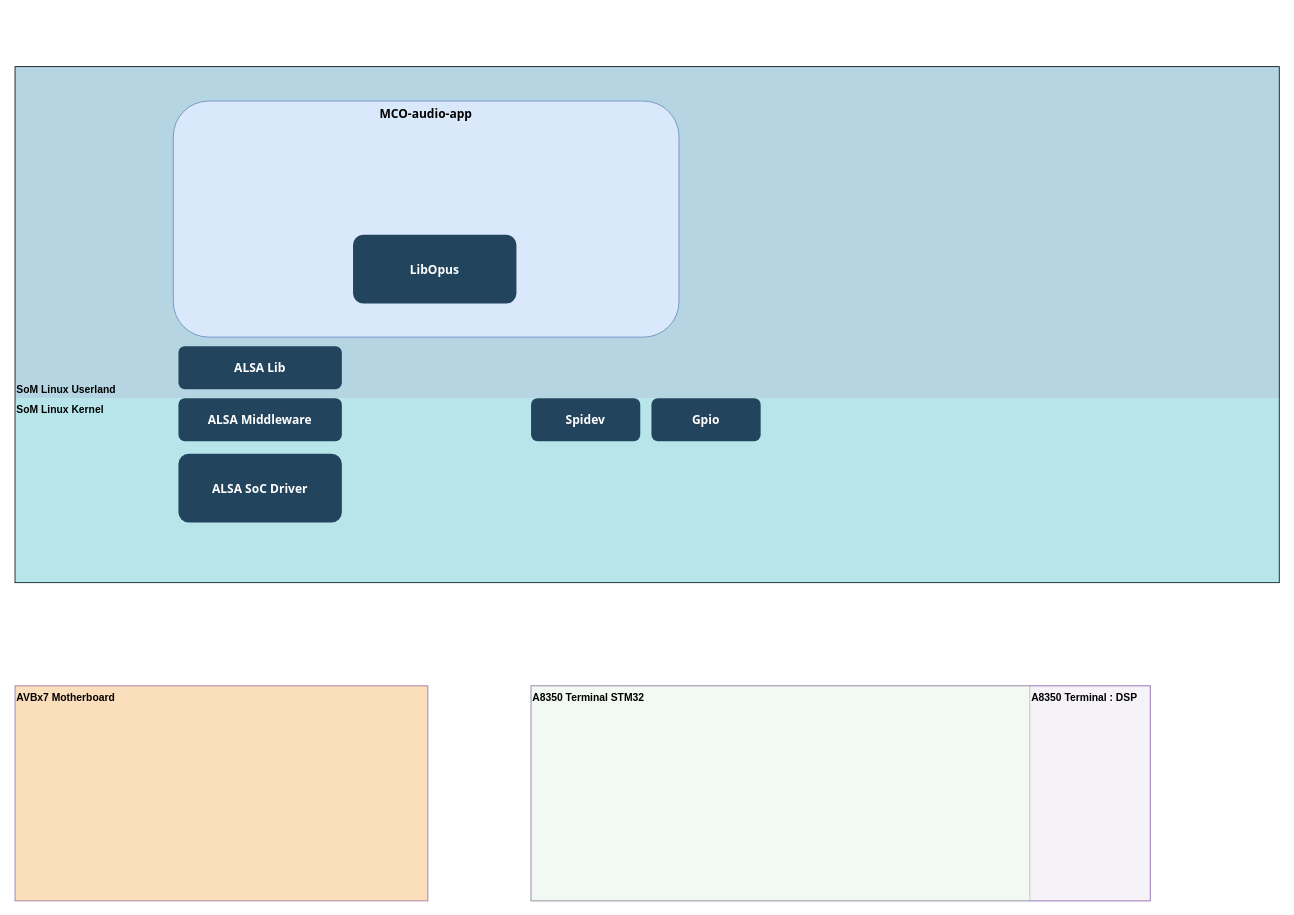
Before: images/vokkero-ESG-sysarch.drawio in mtitinger/zz_doc, a draw.io diagram. Source tidied: cells renumbered, new cells numbered last; positions are measured from the earlier drawing's top-left corner, leaving out a move shared by most shapes. Both pictures are drawn from the tidied source at 86%, with x=0, y=0 at pixel (15, 66).
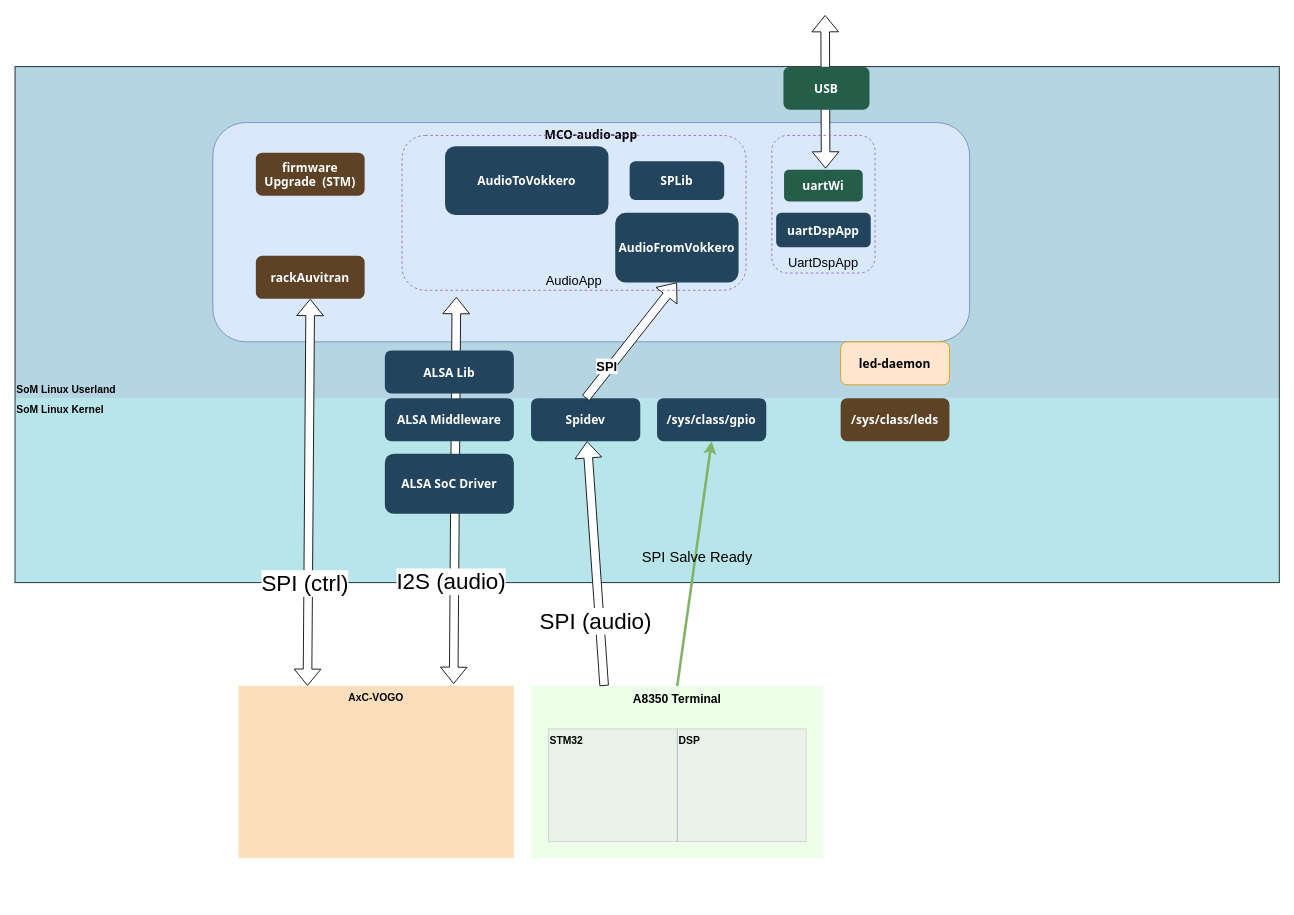
The same page after the edit.

Unchanged cells that the change refers to:
```xml
<mxCell id="13" value="Spidev" style="rounded=1;fillColor=#23445D;gradientColor=none;strokeColor=none;fontColor=#FFFFFF;fontStyle=1;fontFamily=Tahoma;fontSize=14;" parent="1" vertex="1">
  <mxGeometry x="600" y="385.5" width="127" height="50" as="geometry" />
</mxCell>
```

Change to the diagram source:
```diff
@@
-    <mxCell id="2" style="rounded=0;whiteSpace=wrap;html=1;labelBackgroundColor=none;fontColor=default;strokeColor=#926DB3;fillColor=none;" parent="1" vertex="1">
-      <mxGeometry y="720" width="480" height="250" as="geometry" />
-    </mxCell>
-    <mxCell id="3" style="rounded=0;whiteSpace=wrap;html=1;labelBackgroundColor=none;fontColor=default;strokeColor=#926DB3;fillColor=none;" parent="1" vertex="1">
-      <mxGeometry x="600" y="720" width="720" height="250" as="geometry" />
+    <mxCell id="3" value="&lt;b&gt;&lt;font style=&quot;font-size: 14px&quot;&gt;A8350 Terminal&lt;/font&gt;&lt;/b&gt;" style="rounded=0;whiteSpace=wrap;html=1;labelBackgroundColor=none;fontColor=default;strokeColor=none;fillColor=#C2FFB3;opacity=30;verticalAlign=top;align=center;" parent="1" vertex="1">
+      <mxGeometry x="600" y="720" width="340" height="200" as="geometry" />
     </mxCell>
+    <mxCell id="6" value="AxC-VOGO" style="fillColor=#F2931E;strokeColor=none;opacity=30;align=center;verticalAlign=top;fontStyle=1;" parent="1" vertex="1">
+      <mxGeometry x="260" y="720" width="320" height="200" as="geometry" />
+    </mxCell>
@@
-    <mxCell id="6" value="AVBx7 Motherboard" style="fillColor=#F2931E;strokeColor=none;opacity=30;align=left;verticalAlign=top;fontStyle=1;" parent="1" vertex="1">
-      <mxGeometry y="720" width="480" height="250" as="geometry" />
-    </mxCell>
@@
+    <mxCell id="9" value="MCO-audio-app" style="rounded=1;fillColor=#dae8fc;strokeColor=#6c8ebf;fontStyle=1;fontFamily=Tahoma;fontSize=14;labelBackgroundColor=none;align=center;verticalAlign=top;" parent="1" vertex="1">
+      <mxGeometry x="230" y="65" width="880" height="255" as="geometry" />
+    </mxCell>
+    <mxCell id="17" style="shape=flexArrow;endArrow=classic;html=1;rounded=0;fontColor=default;exitX=0.25;exitY=0;exitDx=0;exitDy=0;fillColor=default;startArrow=block;entryX=0.5;entryY=1;entryDx=0;entryDy=0;" parent="1" edge="1" target="30">
+      <mxGeometry relative="1" as="geometry">
+        <mxPoint x="340" y="720" as="sourcePoint" />
+      </mxGeometry>
+    </mxCell>
+    <mxCell id="18" value="&lt;font style=&quot;font-size: 26px&quot;&gt;SPI (ctrl)&lt;/font&gt;" style="edgeLabel;html=1;align=center;verticalAlign=middle;fontColor=default;" parent="17" vertex="1">
+      <mxGeometry x="-0.47" y="5" relative="1" as="geometry">
+        <mxPoint x="1" as="offset" />
+      </mxGeometry>
+    </mxCell>
+    <mxCell id="19" style="shape=flexArrow;endArrow=classic;html=1;rounded=0;fontColor=default;exitX=0.25;exitY=0;exitDx=0;exitDy=0;fillColor=default;startArrow=block;entryX=0.5;entryY=1;entryDx=0;entryDy=0;" parent="1" edge="1">
+      <mxGeometry relative="1" as="geometry">
+        <mxPoint x="510" y="717.8" as="sourcePoint" />
+        <mxPoint x="513.2" y="267.8" as="targetPoint" />
+      </mxGeometry>
+    </mxCell>
+    <mxCell id="20" value="&lt;font style=&quot;font-size: 26px&quot;&gt;I2S (audio)&lt;/font&gt;" style="edgeLabel;html=1;align=center;verticalAlign=middle;fontColor=default;" parent="19" vertex="1">
+      <mxGeometry x="-0.47" y="5" relative="1" as="geometry">
+        <mxPoint x="1" as="offset" />
+      </mxGeometry>
+    </mxCell>
     <mxCell id="8" value="ALSA SoC Driver" style="rounded=1;fillColor=#23445D;gradientColor=none;strokeColor=none;fontColor=#FFFFFF;fontStyle=1;fontFamily=Tahoma;fontSize=14;" parent="1" vertex="1">
-      <mxGeometry x="190" y="450" width="190" height="80" as="geometry" />
+      <mxGeometry x="430" y="450" width="150" height="70" as="geometry" />
     </mxCell>
-    <mxCell id="9" value="MCO-audio-app" style="rounded=1;fillColor=#dae8fc;strokeColor=#6c8ebf;fontStyle=1;fontFamily=Tahoma;fontSize=14;labelBackgroundColor=none;align=center;verticalAlign=top;" parent="1" vertex="1">
-      <mxGeometry x="184" y="40" width="588" height="274.5" as="geometry" />
-    </mxCell>
-    <mxCell id="10" value="LibOpus" style="rounded=1;fillColor=#23445D;gradientColor=none;strokeColor=none;fontColor=#FFFFFF;fontStyle=1;fontFamily=Tahoma;fontSize=14;" parent="1" vertex="1">
-      <mxGeometry x="393" y="195.5" width="190" height="80" as="geometry" />
-    </mxCell>
     <mxCell id="11" value="ALSA Middleware" style="rounded=1;fillColor=#23445D;gradientColor=none;strokeColor=none;fontColor=#FFFFFF;fontStyle=1;fontFamily=Tahoma;fontSize=14;" parent="1" vertex="1">
-      <mxGeometry x="190" y="385.5" width="190" height="50" as="geometry" />
+      <mxGeometry x="430" y="385.5" width="150" height="50" as="geometry" />
     </mxCell>
     <mxCell id="12" value="ALSA Lib" style="rounded=1;fillColor=#23445D;gradientColor=none;strokeColor=none;fontColor=#FFFFFF;fontStyle=1;fontFamily=Tahoma;fontSize=14;" parent="1" vertex="1">
-      <mxGeometry x="190" y="325" width="190" height="50" as="geometry" />
+      <mxGeometry x="430" y="330" width="150" height="50" as="geometry" />
     </mxCell>
@@
-    <mxCell id="14" value="Gpio" style="rounded=1;fillColor=#23445D;gradientColor=none;strokeColor=none;fontColor=#FFFFFF;fontStyle=1;fontFamily=Tahoma;fontSize=14;" parent="1" vertex="1">
-      <mxGeometry x="740" y="385.5" width="127" height="50" as="geometry" />
+    <mxCell id="14" value="/sys/class/gpio" style="rounded=1;fillColor=#23445D;gradientColor=none;strokeColor=none;fontColor=#FFFFFF;fontStyle=1;fontFamily=Tahoma;fontSize=14;" parent="1" vertex="1">
+      <mxGeometry x="746.5" y="385.5" width="127" height="50" as="geometry" />
     </mxCell>
-    <mxCell id="15" value="A8350 Terminal STM32" style="fillColor=#d5e8d4;strokeColor=#82b366;opacity=30;align=left;verticalAlign=top;fontStyle=1;" parent="1" vertex="1">
-      <mxGeometry x="600" y="720" width="580" height="250" as="geometry" />
-    </mxCell>
-    <mxCell id="16" value="A8350 Terminal : DSP&#10;&#10;" style="fillColor=#DED5E8;strokeColor=#926DB3;opacity=30;align=left;verticalAlign=top;fontStyle=1;" parent="1" vertex="1">
-      <mxGeometry x="1180" y="720" width="140" height="250" as="geometry" />
+    <mxCell id="16" value="DSP" style="fillColor=#DED5E8;strokeColor=#926DB3;opacity=30;align=left;verticalAlign=top;fontStyle=1;" parent="1" vertex="1">
+      <mxGeometry x="770" y="770" width="150" height="131" as="geometry" />
     </mxCell>
+    <mxCell id="21" style="shape=flexArrow;endArrow=classic;html=1;rounded=0;fontColor=default;exitX=0.25;exitY=0;exitDx=0;exitDy=0;fillColor=default;" parent="1" edge="1" target="13">
+      <mxGeometry relative="1" as="geometry">
+        <mxPoint x="685" y="720" as="sourcePoint" />
+      </mxGeometry>
+    </mxCell>
+    <mxCell id="22" value="&lt;font style=&quot;font-size: 26px&quot;&gt;SPI (audio)&lt;/font&gt;" style="edgeLabel;html=1;align=center;verticalAlign=middle;fontColor=default;" parent="21" vertex="1">
+      <mxGeometry x="-0.47" y="5" relative="1" as="geometry" />
+    </mxCell>
+    <mxCell id="23" style="endArrow=none;html=1;rounded=0;fontSize=26;fontColor=default;fillColor=#d5e8d4;exitX=0.5;exitY=1;exitDx=0;exitDy=0;entryX=0.5;entryY=0;entryDx=0;entryDy=0;strokeWidth=3;endFill=0;startArrow=classic;startFill=1;sketch=0;strokeColor=#82b366;" parent="1" edge="1" source="14">
+      <mxGeometry relative="1" as="geometry">
+        <mxPoint x="770" y="720" as="targetPoint" />
+      </mxGeometry>
+    </mxCell>
+    <mxCell id="24" value="SPI Salve Ready" style="edgeLabel;html=1;align=center;verticalAlign=middle;labelBackgroundColor=none;fontSize=17;fontColor=default;strokeColor=#926DB3;fillColor=none;" parent="23" vertex="1">
+      <mxGeometry relative="1" as="geometry">
+        <mxPoint x="3" y="-8" as="offset" />
+      </mxGeometry>
+    </mxCell>
+    <mxCell id="25" style="shape=flexArrow;endArrow=classic;html=1;rounded=0;fontColor=default;exitX=0.5;exitY=0;exitDx=0;exitDy=0;fillColor=default;entryX=0.5;entryY=1;entryDx=0;entryDy=0;" parent="1" edge="1" source="13" target="37">
+      <mxGeometry relative="1" as="geometry" />
+    </mxCell>
+    <mxCell id="26" value="&lt;font style=&quot;font-size: 15px;&quot;&gt;&lt;span style=&quot;font-size: 15px;&quot;&gt;SPI&lt;/span&gt;&lt;/font&gt;" style="edgeLabel;html=1;align=center;verticalAlign=middle;fontColor=default;fontStyle=1;fontSize=15;" parent="25" vertex="1">
+      <mxGeometry x="-0.47" y="5" relative="1" as="geometry" />
+    </mxCell>
+    <mxCell id="27" style="shape=flexArrow;endArrow=classic;html=1;rounded=0;fontColor=default;exitX=0.25;exitY=0;exitDx=0;exitDy=0;fillColor=default;startArrow=block;" parent="1" edge="1">
+      <mxGeometry relative="1" as="geometry">
+        <mxPoint x="942.5" y="118.5" as="sourcePoint" />
+        <mxPoint x="942" y="-60" as="targetPoint" />
+      </mxGeometry>
+    </mxCell>
+    <mxCell id="28" value="USB" style="rounded=1;fillColor=#245D48;gradientColor=none;strokeColor=none;fontColor=#FFFFFF;fontStyle=1;fontFamily=Tahoma;fontSize=14;" parent="1" vertex="1">
+      <mxGeometry x="893.5" width="100" height="50" as="geometry" />
+    </mxCell>
+    <mxCell id="29" value="firmware&#10;Upgrade  (STM)" style="rounded=1;fillColor=#5D4226;gradientColor=none;strokeColor=none;fontColor=#FFFFFF;fontStyle=1;fontFamily=Tahoma;fontSize=14;" parent="1" vertex="1">
+      <mxGeometry x="280" y="100" width="126.5" height="50" as="geometry" />
+    </mxCell>
+    <mxCell id="30" value="rackAuvitran" style="rounded=1;fillColor=#5D4226;gradientColor=none;strokeColor=none;fontColor=#FFFFFF;fontStyle=1;fontFamily=Tahoma;fontSize=14;" parent="1" vertex="1">
+      <mxGeometry x="280" y="220" width="126.5" height="50" as="geometry" />
+    </mxCell>
+    <mxCell id="31" style="group;verticalAlign=bottom;" parent="1" vertex="1">
+      <mxGeometry x="880" y="80" width="140" height="220" as="geometry" />
+    </mxCell>
+    <mxCell id="32" value="UartDspApp" style="rounded=1;whiteSpace=wrap;html=1;labelBackgroundColor=none;fontSize=15;fontColor=default;strokeColor=#926DB3;fillColor=none;dashed=1;verticalAlign=bottom;" parent="31" vertex="1">
+      <mxGeometry width="120" height="160" as="geometry" />
+    </mxCell>
+    <mxCell id="33" value="uartDspApp" style="rounded=1;fillColor=#23445D;gradientColor=none;strokeColor=none;fontColor=#FFFFFF;fontStyle=1;fontFamily=Tahoma;fontSize=14;" parent="31" vertex="1">
+      <mxGeometry x="5" y="90" width="110" height="40" as="geometry" />
+    </mxCell>
+    <mxCell id="34" value="uartWi" style="rounded=1;fillColor=#245D48;gradientColor=none;strokeColor=none;fontColor=#FFFFFF;fontStyle=1;fontFamily=Tahoma;fontSize=14;" parent="31" vertex="1">
+      <mxGeometry x="14.2" y="40" width="91.5" height="36.7" as="geometry" />
+    </mxCell>
+    <mxCell id="35" style="group;verticalAlign=bottom;" parent="1" vertex="1">
+      <mxGeometry x="450" y="80" width="400" height="180" as="geometry" />
+    </mxCell>
+    <mxCell id="36" value="AudioApp" style="rounded=1;whiteSpace=wrap;html=1;labelBackgroundColor=none;fontSize=15;fontColor=default;strokeColor=#926DB3;fillColor=none;dashed=1;verticalAlign=bottom;" parent="35" vertex="1">
+      <mxGeometry width="400" height="180" as="geometry" />
+    </mxCell>
+    <mxCell id="37" value="AudioFromVokkero" style="rounded=1;fillColor=#23445D;gradientColor=none;strokeColor=none;fontColor=#FFFFFF;fontStyle=1;fontFamily=Tahoma;fontSize=14;" parent="35" vertex="1">
+      <mxGeometry x="247.9" y="90" width="143.4" height="81" as="geometry" />
+    </mxCell>
+    <mxCell id="10" value="SPLib" style="rounded=1;fillColor=#23445D;gradientColor=none;strokeColor=none;fontColor=#FFFFFF;fontStyle=1;fontFamily=Tahoma;fontSize=14;" parent="35" vertex="1">
+      <mxGeometry x="264.6" y="30" width="110" height="45" as="geometry" />
+    </mxCell>
+    <mxCell id="38" value="AudioToVokkero" style="rounded=1;fillColor=#23445D;gradientColor=none;strokeColor=none;fontColor=#FFFFFF;fontStyle=1;fontFamily=Tahoma;fontSize=14;" parent="35" vertex="1">
+      <mxGeometry x="50" y="12.5" width="190" height="80" as="geometry" />
+    </mxCell>
+    <mxCell id="39" value="/sys/class/leds" style="rounded=1;fillColor=#5D4226;gradientColor=none;strokeColor=none;fontColor=#FFFFFF;fontStyle=1;fontFamily=Tahoma;fontSize=14;" parent="1" vertex="1">
+      <mxGeometry x="960" y="385.5" width="126.5" height="50" as="geometry" />
+    </mxCell>
+    <mxCell id="40" value="led-daemon" style="rounded=1;fillColor=#ffe6cc;strokeColor=#d79b00;fontStyle=1;fontFamily=Tahoma;fontSize=14;" parent="1" vertex="1">
+      <mxGeometry x="960" y="320" width="126.5" height="50" as="geometry" />
+    </mxCell>
+    <mxCell id="41" value="STM32&#10;" style="fillColor=#DED5E8;strokeColor=#926DB3;opacity=30;align=left;verticalAlign=top;fontStyle=1;" parent="1" vertex="1">
+      <mxGeometry x="620" y="770" width="150" height="131" as="geometry" />
+    </mxCell>
```
